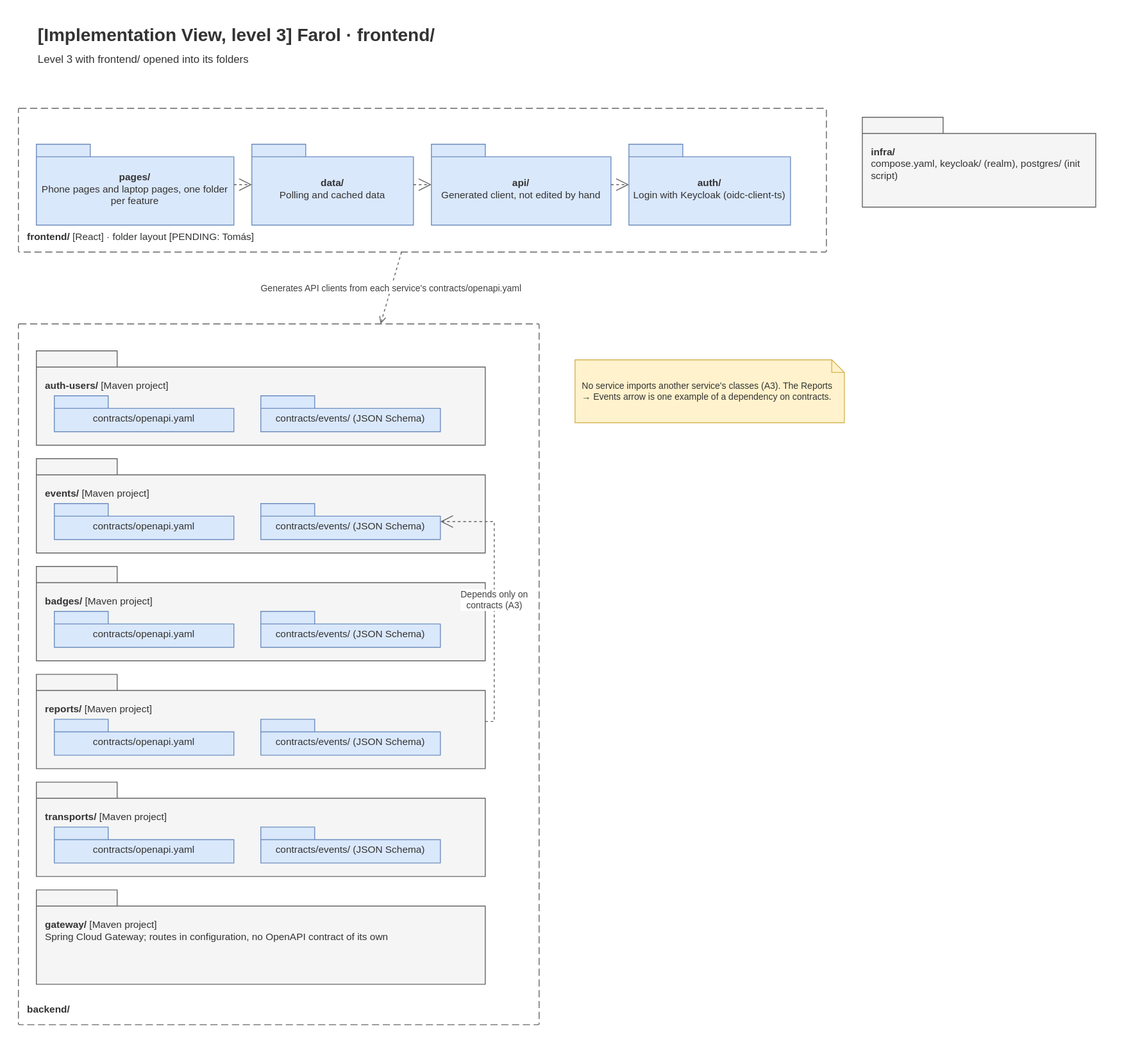
This is Docs/Technical/diagrams/implementation-view-level-3-web.drawio.svg from tomasoliveira21/LABDSOF, a draw.io export, as it was before one commit. Source tidied: cells renumbered, new cells last; positions are measured from the earlier drawing's top-left corner, leaving out a move shared by most shapes.
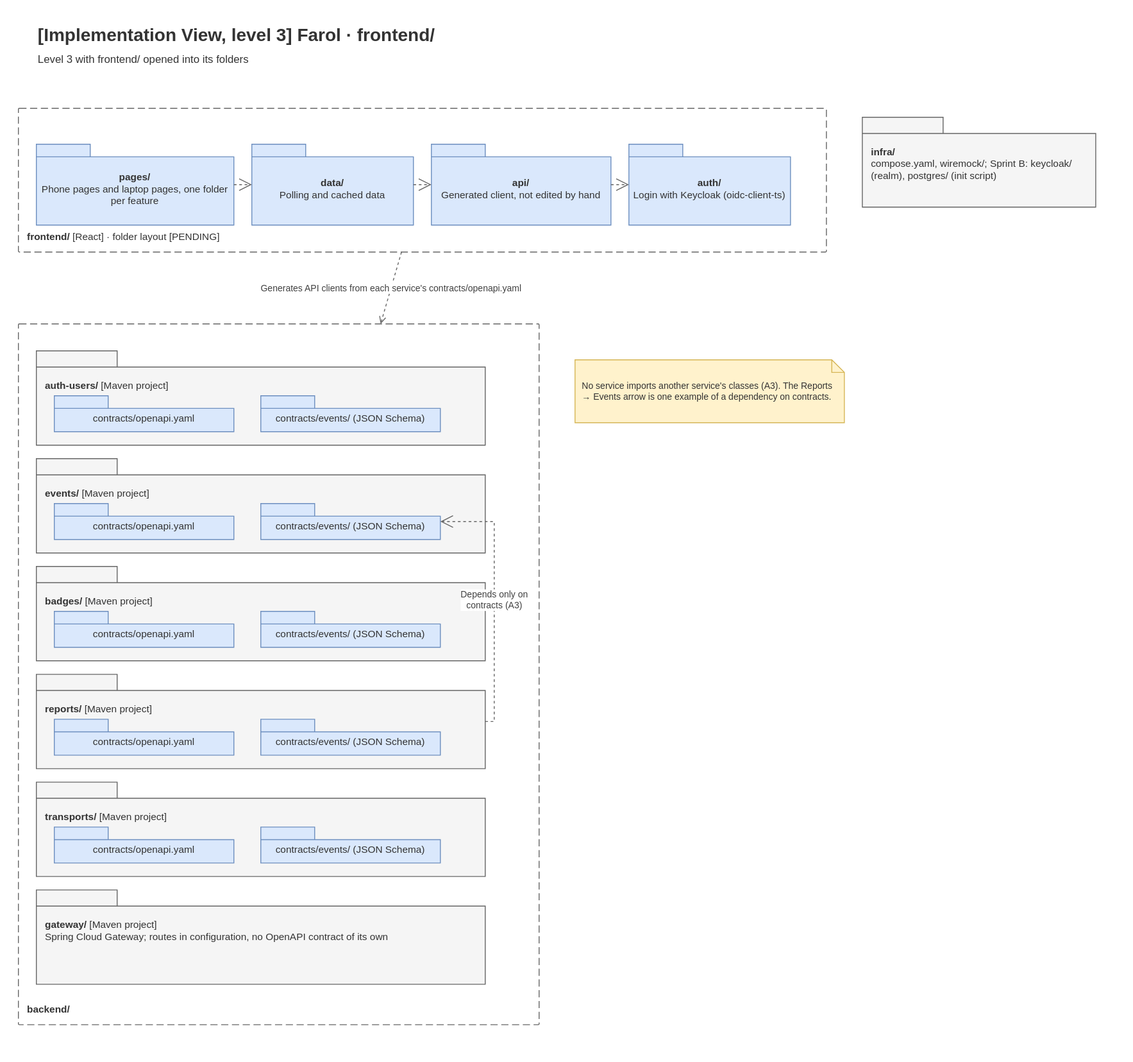
After the commit.

What changed in the source:
```diff
@@ -59,10 +59,10 @@
     <mxCell id="20" value="No service imports another service's classes (A3). The Reports → Events arrow is one example of a dependency on contracts." style="shape=note;size=14;whiteSpace=wrap;html=1;fillColor=#fff2cc;strokeColor=#d6b656;fontColor=#333333;align=left;spacing=8;fontSize=10;" parent="1" vertex="1">
       <mxGeometry x="620" y="380" width="300" height="70" as="geometry" />
     </mxCell>
-    <mxCell id="21" value="&lt;b&gt;infra/&lt;/b&gt;&lt;br&gt;compose.yaml, keycloak/ (realm), postgres/ (init script)" style="shape=folder;tabWidth=90;tabHeight=18;tabPosition=left;whiteSpace=wrap;html=1;fillColor=#f5f5f5;strokeColor=#666666;fontColor=#333333;verticalAlign=top;align=left;spacing=10;spacingTop=18;fontSize=11;" parent="1" vertex="1">
+    <mxCell id="21" value="&lt;b&gt;infra/&lt;/b&gt;&lt;br&gt;compose.yaml, wiremock/; Sprint B: keycloak/ (realm), postgres/ (init script)" style="shape=folder;tabWidth=90;tabHeight=18;tabPosition=left;whiteSpace=wrap;html=1;fillColor=#f5f5f5;strokeColor=#666666;fontColor=#333333;verticalAlign=top;align=left;spacing=10;spacingTop=18;fontSize=11;" parent="1" vertex="1">
       <mxGeometry x="940" y="110" width="260" height="100" as="geometry" />
     </mxCell>
-    <mxCell id="22" value="&lt;b&gt;frontend/&lt;/b&gt; [React] · folder layout [PENDING: Tomás]" style="rounded=1;arcSize=2;absoluteArcSize=1;whiteSpace=wrap;html=1;dashed=1;dashPattern=8 4;fillColor=none;strokeColor=#666666;fontColor=#333333;align=left;verticalAlign=bottom;spacing=10;fontSize=11;" parent="1" vertex="1">
+    <mxCell id="22" value="&lt;b&gt;frontend/&lt;/b&gt; [React] · folder layout [PENDING]" style="rounded=1;arcSize=2;absoluteArcSize=1;whiteSpace=wrap;html=1;dashed=1;dashPattern=8 4;fillColor=none;strokeColor=#666666;fontColor=#333333;align=left;verticalAlign=bottom;spacing=10;fontSize=11;" parent="1" vertex="1">
       <mxGeometry y="100" width="900" height="160" as="geometry" />
     </mxCell>
     <mxCell id="23" value="Generates API clients from each service's contracts/openapi.yaml" style="endArrow=open;html=1;dashed=1;fontSize=10;fontColor=#404040;strokeColor=#666666;rounded=0;labelBackgroundColor=#ffffff;" parent="1" edge="1" source="22" target="3">
```
